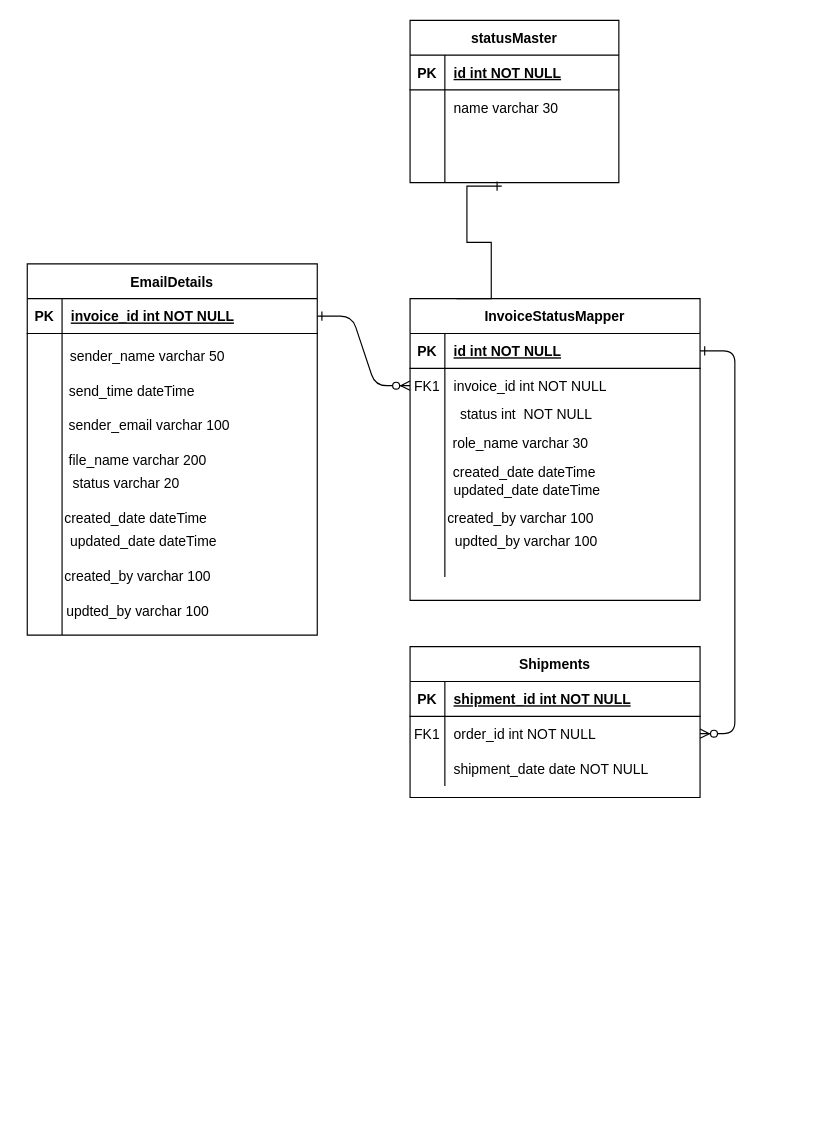
Before: Invoice management/Invoice Management Database Architecture.drawio in pratikdimble/Diagram, a draw.io diagram. Source tidied: cells renumbered, new cells numbered last; positions are measured from the earlier drawing's top-left corner, leaving out a move shared by most shapes. Both pictures are drawn from the tidied source at 116%, with x=0, y=0 at pixel (27, 20).
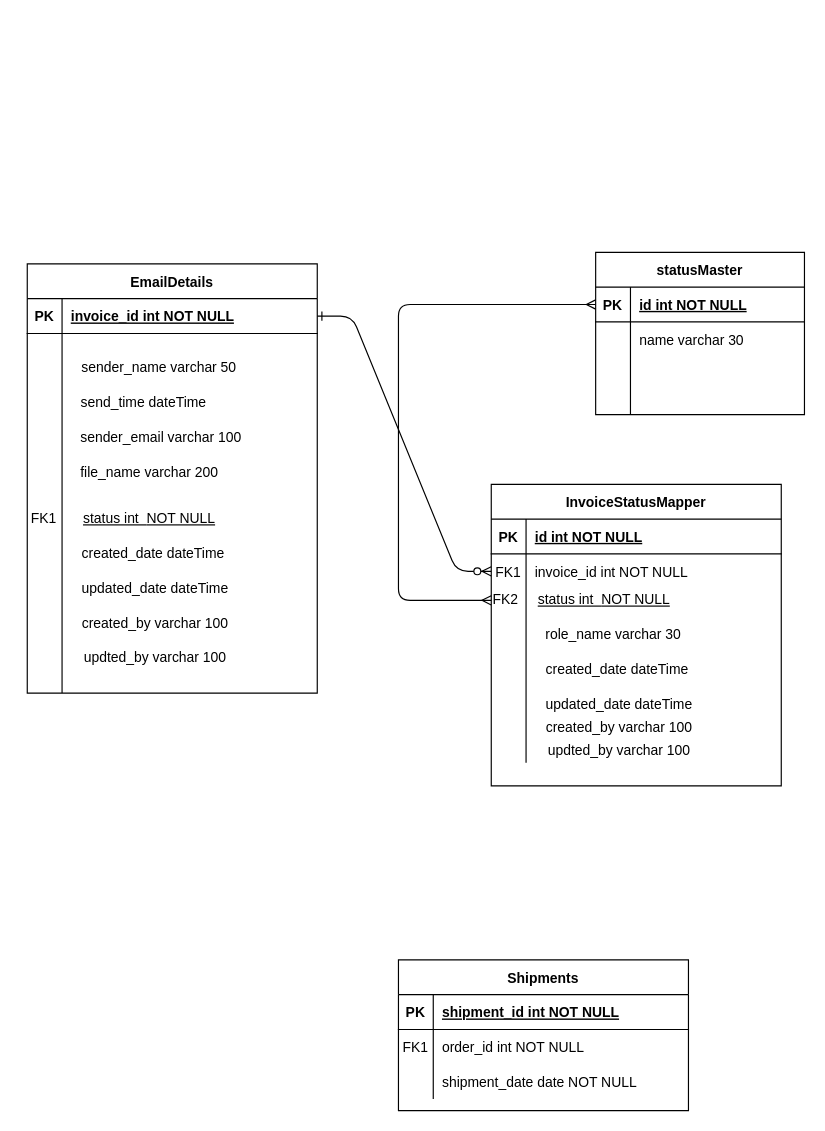
Above is the later version.

Unchanged cells that the change refers to:
```xml
<mxCell id="5" style="shape=partialRectangle;fillColor=none;points=[[0,0.5],[1,0.5]];portConstraint=eastwest;top=0;left=0;right=0;bottom=1;" parent="4" vertex="1">
  <mxGeometry y="30" width="250" height="30" as="geometry" />
</mxCell>
<mxCell id="11" style="shape=partialRectangle;fillColor=none;top=0;left=0;right=0;bottom=0;" parent="4" vertex="1">
  <mxGeometry y="90" width="250" height="150" as="geometry" />
</mxCell>
<mxCell id="18" style="shape=partialRectangle;fillColor=none;points=[[0,0.5],[1,0.5]];portConstraint=eastwest;top=0;left=0;right=0;bottom=0;" parent="14" vertex="1">
  <mxGeometry y="60" width="250" height="30" as="geometry" />
</mxCell>
<mxCell id="46" style="shape=partialRectangle;fillColor=none;top=0;left=0;bottom=1;right=0;points=[[0,0.5],[1,0.5]];portConstraint=eastwest;" parent="45" vertex="1">
  <mxGeometry y="30" width="180" height="30" as="geometry" />
</mxCell>
<mxCell id="55" style="shape=partialRectangle;fillColor=none;top=0;left=0;bottom=0;right=0;points=[[0,0.5],[1,0.5]];portConstraint=eastwest;" parent="45" vertex="1">
  <mxGeometry y="120" width="180" height="20" as="geometry" />
</mxCell>
```

Change to the diagram source:
```diff
@@
-    <mxCell id="3" style="edgeStyle=entityRelationEdgeStyle;endArrow=ERzeroToMany;startArrow=ERone;endFill=1;startFill=0;" parent="1" edge="1" source="5" target="18">
-      <mxGeometry relative="1" as="geometry" />
-    </mxCell>
     <mxCell id="4" value="InvoiceStatusMapper" style="shape=table;startSize=30;childLayout=tableLayout;rowLines=0;fontStyle=1;align=center;" parent="1" vertex="1">
-      <mxGeometry x="330" y="240" width="250" height="260" as="geometry" />
+      <mxGeometry x="400" y="400" width="250" height="260" as="geometry" />
     </mxCell>
@@
-    <mxCell id="13" value="updated_date dateTime" style="shape=partialRectangle;overflow=hidden;fillColor=none;top=0;left=0;bottom=0;right=0;align=left;spacingLeft=6;" parent="11" vertex="1">
+    <mxCell id="13" style="shape=partialRectangle;overflow=hidden;fillColor=none;top=0;left=0;bottom=0;right=0;align=left;spacingLeft=6;" parent="11" vertex="1">
       <mxGeometry x="30" width="220" height="150" as="geometry" />
     </mxCell>
     <mxCell id="14" value="Shipments" style="shape=table;startSize=30;childLayout=tableLayout;rowLines=0;fontStyle=1;align=center;" parent="1" vertex="1">
-      <mxGeometry x="330" y="540" width="250" height="130" as="geometry" />
+      <mxGeometry x="320" y="810" width="250" height="130" as="geometry" />
     </mxCell>
@@
     <mxCell id="24" value="EmailDetails" style="shape=table;startSize=30;childLayout=tableLayout;rowLines=0;fontStyle=1;align=center;" parent="1" vertex="1">
-      <mxGeometry y="210" width="250" height="320" as="geometry" />
+      <mxGeometry y="210" width="250" height="370" as="geometry" />
     </mxCell>
@@
     <mxCell id="28" style="shape=partialRectangle;fillColor=none;top=0;left=0;right=0;bottom=0;" parent="24" vertex="1">
-      <mxGeometry y="60" width="250" height="260" as="geometry" />
+      <mxGeometry y="60" width="250" height="310" as="geometry" />
     </mxCell>
     <mxCell id="29" style="shape=partialRectangle;overflow=hidden;fillColor=none;top=0;left=0;bottom=0;right=0;" parent="28" vertex="1">
-      <mxGeometry width="30" height="260" as="geometry" />
+      <mxGeometry width="30" height="310" as="geometry" />
     </mxCell>
     <mxCell id="30" style="shape=partialRectangle;overflow=hidden;fillColor=none;top=0;left=0;bottom=0;right=0;align=left;spacingLeft=6;" parent="28" vertex="1">
-      <mxGeometry x="30" width="220" height="260" as="geometry" />
+      <mxGeometry x="30" width="220" height="310" as="geometry" />
     </mxCell>
     <mxCell id="31" value="sender_name varchar 50&amp;nbsp;" style="text;html=1;align=center;verticalAlign=middle;strokeColor=none;fillColor=none;" parent="1" vertex="1">
-      <mxGeometry x="30" y="280" width="150" height="20" as="geometry" />
+      <mxGeometry x="40" y="290" width="150" height="20" as="geometry" />
     </mxCell>
     <mxCell id="32" value="send_time dateTime" style="text;html=1;align=center;verticalAlign=middle;strokeColor=none;fillColor=none;" parent="1" vertex="1">
-      <mxGeometry x="30" y="310" width="120" height="20" as="geometry" />
+      <mxGeometry x="40" y="320" width="120" height="20" as="geometry" />
     </mxCell>
     <mxCell id="33" value="sender_email varchar 100" style="text;html=1;align=center;verticalAlign=middle;strokeColor=none;fillColor=none;" parent="1" vertex="1">
-      <mxGeometry x="30" y="340" width="150" height="20" as="geometry" />
+      <mxGeometry x="40" y="350" width="150" height="20" as="geometry" />
     </mxCell>
     <mxCell id="34" value="file_name varchar 200" style="text;html=1;align=center;verticalAlign=middle;strokeColor=none;fillColor=none;" parent="1" vertex="1">
-      <mxGeometry x="30" y="370" width="130" height="20" as="geometry" />
+      <mxGeometry x="40" y="380" width="130" height="20" as="geometry" />
     </mxCell>
-    <mxCell id="35" value="status varchar 20" style="text;html=1;align=center;verticalAlign=middle;strokeColor=none;fillColor=none;" parent="1" vertex="1">
-      <mxGeometry x="30" y="390" width="110" height="20" as="geometry" />
+    <mxCell id="35" value="status int&amp;nbsp;&amp;nbsp;&lt;span style=&quot;text-align: left&quot;&gt;NOT NULL&lt;/span&gt;" style="text;html=1;align=center;verticalAlign=middle;strokeColor=none;fillColor=none;fontStyle=4;" parent="1" vertex="1">
+      <mxGeometry x="40" y="420" width="130" height="20" as="geometry" />
     </mxCell>
     <mxCell id="36" value="created_date dateTime&amp;nbsp;" style="text;html=1;align=center;verticalAlign=middle;strokeColor=none;fillColor=none;" parent="1" vertex="1">
-      <mxGeometry x="25" y="420" width="140" height="20" as="geometry" />
+      <mxGeometry x="40" y="450" width="140" height="20" as="geometry" />
     </mxCell>
     <mxCell id="37" value="updated_date dateTime" style="text;html=1;align=center;verticalAlign=middle;strokeColor=none;fillColor=none;" parent="1" vertex="1">
-      <mxGeometry x="30" y="440" width="140" height="20" as="geometry" />
+      <mxGeometry x="40" y="480" width="140" height="20" as="geometry" />
     </mxCell>
     <mxCell id="38" value="created_by varchar 100" style="text;html=1;align=center;verticalAlign=middle;strokeColor=none;fillColor=none;" parent="1" vertex="1">
-      <mxGeometry x="25" y="470" width="140" height="20" as="geometry" />
+      <mxGeometry x="40" y="510" width="140" height="20" as="geometry" />
     </mxCell>
     <mxCell id="39" value="updted_by varchar 100" style="text;html=1;align=center;verticalAlign=middle;strokeColor=none;fillColor=none;" parent="1" vertex="1">
-      <mxGeometry x="25" y="500" width="140" height="20" as="geometry" />
+      <mxGeometry x="40" y="540" width="140" height="20" as="geometry" />
     </mxCell>
-    <mxCell id="40" value="status int&amp;nbsp;&amp;nbsp;&lt;span style=&quot;text-align: left&quot;&gt;NOT NULL&lt;/span&gt;" style="text;html=1;align=center;verticalAlign=middle;strokeColor=none;fillColor=none;" parent="1" vertex="1">
-      <mxGeometry x="365" y="330" width="130" height="20" as="geometry" />
+    <mxCell id="40" value="status int&amp;nbsp;&amp;nbsp;&lt;span style=&quot;text-align: left&quot;&gt;NOT NULL&lt;/span&gt;" style="text;html=1;align=center;verticalAlign=middle;strokeColor=none;fillColor=none;fontStyle=4;" parent="1" vertex="1">
+      <mxGeometry x="432" y="490" width="130" height="20" as="geometry" />
     </mxCell>
     <mxCell id="41" value="role_name varchar 30" style="text;html=1;align=center;verticalAlign=middle;strokeColor=none;fillColor=none;" parent="1" vertex="1">
-      <mxGeometry x="360" y="355" width="130" height="20" as="geometry" />
+      <mxGeometry x="440" y="520" width="130" height="20" as="geometry" />
     </mxCell>
     <mxCell id="42" value="created_date dateTime&amp;nbsp;" style="text;html=1;align=center;verticalAlign=middle;strokeColor=none;fillColor=none;" parent="1" vertex="1">
-      <mxGeometry x="360" y="380" width="140" height="20" as="geometry" />
+      <mxGeometry x="440" y="550" width="140" height="20" as="geometry" />
     </mxCell>
     <mxCell id="43" value="created_by varchar 100" style="text;html=1;align=center;verticalAlign=middle;strokeColor=none;fillColor=none;" parent="1" vertex="1">
-      <mxGeometry x="355" y="420" width="140" height="20" as="geometry" />
+      <mxGeometry x="440" y="600" width="140" height="20" as="geometry" />
     </mxCell>
     <mxCell id="44" value="updted_by varchar 100" style="text;html=1;align=center;verticalAlign=middle;strokeColor=none;fillColor=none;" parent="1" vertex="1">
-      <mxGeometry x="360" y="440" width="140" height="20" as="geometry" />
+      <mxGeometry x="440" y="620" width="140" height="20" as="geometry" />
     </mxCell>
     <mxCell id="45" value="statusMaster" style="shape=table;startSize=30;childLayout=tableLayout;rowLines=0;fontStyle=1;align=center;" parent="1" vertex="1">
-      <mxGeometry x="330" width="180" height="140" as="geometry" />
+      <mxGeometry x="490" y="200" width="180" height="140" as="geometry" />
     </mxCell>
@@
-    <mxCell id="58" style="edgeStyle=entityRelationEdgeStyle;fontSize=12;html=1;endArrow=ERone;endFill=1;rounded=0;entryX=0.439;entryY=1.15;entryDx=0;entryDy=0;entryPerimeter=0;" parent="1" edge="1" target="55">
-      <mxGeometry relative="1" as="geometry">
-        <mxPoint x="370" y="240" as="sourcePoint" />
-      </mxGeometry>
-    </mxCell>
+    <mxCell id="59" value="FK1" style="text;html=1;align=center;verticalAlign=middle;strokeColor=none;fillColor=none;" parent="1" vertex="1">
+      <mxGeometry x="-6" y="420" width="40" height="20" as="geometry" />
+    </mxCell>
+    <mxCell id="60" value="FK2" style="text;html=1;align=center;verticalAlign=middle;strokeColor=none;fillColor=none;" parent="1" vertex="1">
+      <mxGeometry x="392" y="490" width="40" height="20" as="geometry" />
+    </mxCell>
+    <mxCell id="61" value="updated_date dateTime" style="text;html=1;align=center;verticalAlign=middle;strokeColor=none;fillColor=none;" parent="1" vertex="1">
+      <mxGeometry x="440" y="580" width="140" height="20" as="geometry" />
+    </mxCell>
+    <mxCell id="62" style="edgeStyle=orthogonalEdgeStyle;jettySize=auto;html=1;endArrow=ERmany;endFill=0;strokeColor=default;rounded=1;startArrow=ERmany;startFill=0;" parent="1" edge="1" source="46">
+      <mxGeometry relative="1" as="geometry">
+        <mxPoint x="400" y="500" as="targetPoint" />
+        <Array as="points">
+          <mxPoint x="320" y="245" />
+          <mxPoint x="320" y="500" />
+        </Array>
+      </mxGeometry>
+    </mxCell>
```
